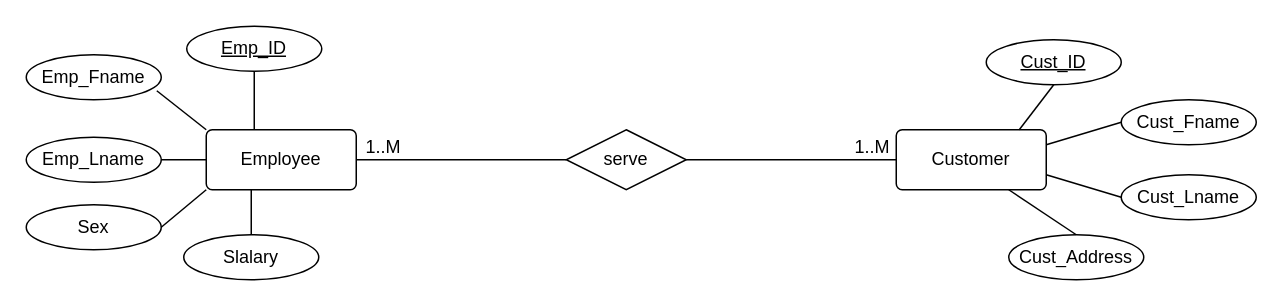
Above: Untitled Diagram.drawio in fasil712/UML_Diagram_Design (draw.io), before the change. Source tidied: cells renumbered, new cells numbered last; positions are measured from the earlier drawing's top-left corner, leaving out a move shared by most shapes. Both pictures are drawn from the tidied source at 150%, with x=0, y=0 at pixel (26, 26).
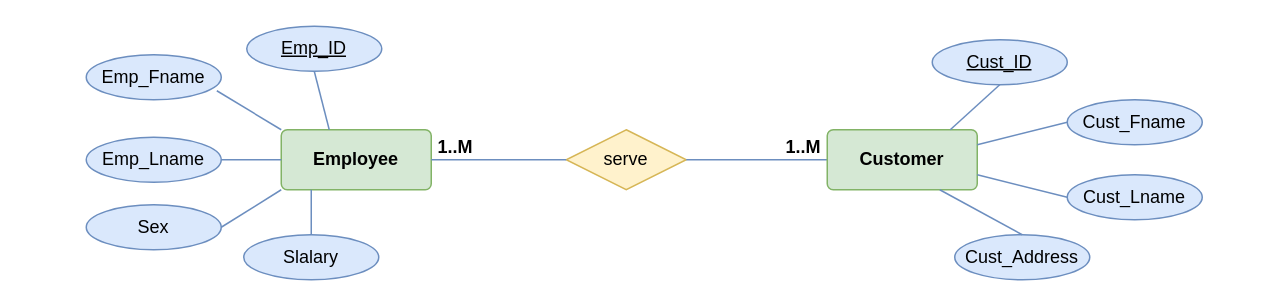
The same page after the edit.

Change to the diagram source:
```diff
@@
-    <mxCell id="2" value="Employee" style="rounded=1;arcSize=10;whiteSpace=wrap;html=1;align=center;" parent="1" vertex="1">
-      <mxGeometry x="120" y="69" width="100" height="40" as="geometry" />
+    <mxCell id="2" value="&lt;b&gt;Employee&lt;/b&gt;" style="rounded=1;arcSize=10;whiteSpace=wrap;html=1;align=center;fillColor=#d5e8d4;strokeColor=#82b366;" parent="1" vertex="1">
+      <mxGeometry x="170" y="69" width="100" height="40" as="geometry" />
     </mxCell>
-    <mxCell id="3" value="Slalary" style="ellipse;whiteSpace=wrap;html=1;rounded=1;arcSize=10;" parent="1" vertex="1">
-      <mxGeometry x="105" y="139" width="90" height="30" as="geometry" />
+    <mxCell id="3" value="Slalary" style="ellipse;whiteSpace=wrap;html=1;rounded=1;arcSize=10;fillColor=#dae8fc;strokeColor=#6c8ebf;" parent="1" vertex="1">
+      <mxGeometry x="145" y="139" width="90" height="30" as="geometry" />
     </mxCell>
-    <mxCell id="4" value="serve" style="shape=rhombus;perimeter=rhombusPerimeter;whiteSpace=wrap;html=1;align=center;" parent="1" vertex="1">
+    <mxCell id="4" value="serve" style="shape=rhombus;perimeter=rhombusPerimeter;whiteSpace=wrap;html=1;align=center;fillColor=#fff2cc;strokeColor=#d6b656;" parent="1" vertex="1">
       <mxGeometry x="360" y="69" width="80" height="40" as="geometry" />
     </mxCell>
-    <mxCell id="5" style="endArrow=none;html=1;rounded=0;exitX=1;exitY=0.5;exitDx=0;exitDy=0;entryX=0;entryY=0.5;entryDx=0;entryDy=0;" parent="1" edge="1" source="4" target="7">
+    <mxCell id="5" style="endArrow=none;html=1;rounded=0;exitX=1;exitY=0.5;exitDx=0;exitDy=0;entryX=0;entryY=0.5;entryDx=0;entryDy=0;fillColor=#dae8fc;strokeColor=#6c8ebf;" parent="1" edge="1" source="4" target="7">
       <mxGeometry relative="1" as="geometry" />
     </mxCell>
-    <mxCell id="6" value="1..M" style="html=1;align=right;verticalAlign=bottom;" parent="5" vertex="1">
+    <mxCell id="6" value="&lt;b&gt;1..M&lt;/b&gt;" style="html=1;align=right;verticalAlign=bottom;" parent="5" vertex="1">
       <mxGeometry x="1" relative="1" as="geometry">
         <mxPoint x="-4" as="offset" />
       </mxGeometry>
     </mxCell>
-    <mxCell id="7" value="Customer" style="rounded=1;arcSize=10;whiteSpace=wrap;html=1;align=center;" parent="1" vertex="1">
-      <mxGeometry x="580" y="69" width="100" height="40" as="geometry" />
+    <mxCell id="7" value="&lt;b&gt;Customer&lt;/b&gt;" style="rounded=1;arcSize=10;whiteSpace=wrap;html=1;align=center;fillColor=#d5e8d4;strokeColor=#82b366;" parent="1" vertex="1">
+      <mxGeometry x="534" y="69" width="100" height="40" as="geometry" />
     </mxCell>
-    <mxCell id="8" style="endArrow=none;html=1;rounded=0;exitX=1;exitY=0.5;exitDx=0;exitDy=0;entryX=0;entryY=0.5;entryDx=0;entryDy=0;" parent="1" edge="1" source="2" target="4">
+    <mxCell id="8" style="endArrow=none;html=1;rounded=0;exitX=1;exitY=0.5;exitDx=0;exitDy=0;entryX=0;entryY=0.5;entryDx=0;entryDy=0;fillColor=#dae8fc;strokeColor=#6c8ebf;" parent="1" edge="1" source="2" target="4">
       <mxGeometry relative="1" as="geometry" />
     </mxCell>
-    <mxCell id="9" value="1..M" style="html=1;align=right;verticalAlign=bottom;" parent="8" vertex="1">
+    <mxCell id="9" value="&lt;b&gt;1..M&lt;/b&gt;" style="html=1;align=right;verticalAlign=bottom;" parent="8" vertex="1">
       <mxGeometry x="1" relative="1" as="geometry">
-        <mxPoint x="-110" as="offset" />
+        <mxPoint x="-62" as="offset" />
       </mxGeometry>
     </mxCell>
-    <mxCell id="10" value="Sex" style="ellipse;whiteSpace=wrap;html=1;rounded=1;arcSize=10;" parent="1" vertex="1">
-      <mxGeometry y="119" width="90" height="30" as="geometry" />
+    <mxCell id="10" value="Sex" style="ellipse;whiteSpace=wrap;html=1;rounded=1;arcSize=10;fillColor=#dae8fc;strokeColor=#6c8ebf;" parent="1" vertex="1">
+      <mxGeometry x="40" y="119" width="90" height="30" as="geometry" />
     </mxCell>
-    <mxCell id="11" value="Emp_Lname" style="ellipse;whiteSpace=wrap;html=1;rounded=1;arcSize=10;" parent="1" vertex="1">
-      <mxGeometry y="74" width="90" height="30" as="geometry" />
+    <mxCell id="11" value="Emp_Lname" style="ellipse;whiteSpace=wrap;html=1;rounded=1;arcSize=10;fillColor=#dae8fc;strokeColor=#6c8ebf;" parent="1" vertex="1">
+      <mxGeometry x="40" y="74" width="90" height="30" as="geometry" />
     </mxCell>
-    <mxCell id="12" value="Emp_Fname" style="ellipse;whiteSpace=wrap;html=1;rounded=1;arcSize=10;" parent="1" vertex="1">
-      <mxGeometry y="19" width="90" height="30" as="geometry" />
+    <mxCell id="12" value="Emp_Fname" style="ellipse;whiteSpace=wrap;html=1;rounded=1;arcSize=10;fillColor=#dae8fc;strokeColor=#6c8ebf;" parent="1" vertex="1">
+      <mxGeometry x="40" y="19" width="90" height="30" as="geometry" />
     </mxCell>
-    <mxCell id="13" value="&lt;u&gt;Emp_ID&lt;/u&gt;" style="ellipse;whiteSpace=wrap;html=1;rounded=1;arcSize=10;" parent="1" vertex="1">
-      <mxGeometry x="107" width="90" height="30" as="geometry" />
+    <mxCell id="13" value="&lt;u&gt;Emp_ID&lt;/u&gt;" style="ellipse;whiteSpace=wrap;html=1;rounded=1;arcSize=10;fillColor=#dae8fc;strokeColor=#6c8ebf;" parent="1" vertex="1">
+      <mxGeometry x="147" width="90" height="30" as="geometry" />
     </mxCell>
-    <mxCell id="14" style="endArrow=none;html=1;rounded=0;exitX=0.5;exitY=0;exitDx=0;exitDy=0;" parent="1" edge="1" source="3">
+    <mxCell id="14" style="endArrow=none;html=1;rounded=0;exitX=0.5;exitY=0;exitDx=0;exitDy=0;fillColor=#dae8fc;strokeColor=#6c8ebf;" parent="1" edge="1" source="3">
       <mxGeometry relative="1" as="geometry">
-        <mxPoint x="150" y="109" as="targetPoint" />
+        <mxPoint x="190" y="109" as="targetPoint" />
       </mxGeometry>
     </mxCell>
-    <mxCell id="15" style="endArrow=none;html=1;rounded=0;exitX=1;exitY=0.5;exitDx=0;exitDy=0;entryX=0;entryY=1;entryDx=0;entryDy=0;" parent="1" edge="1" source="10" target="2">
+    <mxCell id="15" style="endArrow=none;html=1;rounded=0;exitX=1;exitY=0.5;exitDx=0;exitDy=0;entryX=0;entryY=1;entryDx=0;entryDy=0;fillColor=#dae8fc;strokeColor=#6c8ebf;" parent="1" edge="1" source="10" target="2">
       <mxGeometry relative="1" as="geometry" />
     </mxCell>
-    <mxCell id="16" style="endArrow=none;html=1;rounded=0;exitX=0.5;exitY=1;exitDx=0;exitDy=0;entryX=0.32;entryY=0;entryDx=0;entryDy=0;entryPerimeter=0;" parent="1" edge="1" source="13" target="2">
+    <mxCell id="16" style="endArrow=none;html=1;rounded=0;exitX=0.5;exitY=1;exitDx=0;exitDy=0;entryX=0.32;entryY=0;entryDx=0;entryDy=0;entryPerimeter=0;fillColor=#dae8fc;strokeColor=#6c8ebf;" parent="1" edge="1" source="13" target="2">
       <mxGeometry relative="1" as="geometry" />
     </mxCell>
-    <mxCell id="17" style="endArrow=none;html=1;rounded=0;exitX=0.967;exitY=0.8;exitDx=0;exitDy=0;entryX=0;entryY=0;entryDx=0;entryDy=0;exitPerimeter=0;" parent="1" edge="1" source="12" target="2">
+    <mxCell id="17" style="endArrow=none;html=1;rounded=0;exitX=0.967;exitY=0.8;exitDx=0;exitDy=0;entryX=0;entryY=0;entryDx=0;entryDy=0;exitPerimeter=0;fillColor=#dae8fc;strokeColor=#6c8ebf;" parent="1" edge="1" source="12" target="2">
       <mxGeometry relative="1" as="geometry" />
     </mxCell>
-    <mxCell id="18" style="endArrow=none;html=1;rounded=0;exitX=1;exitY=0.5;exitDx=0;exitDy=0;entryX=0;entryY=0.5;entryDx=0;entryDy=0;" parent="1" edge="1" source="11" target="2">
+    <mxCell id="18" style="endArrow=none;html=1;rounded=0;exitX=1;exitY=0.5;exitDx=0;exitDy=0;entryX=0;entryY=0.5;entryDx=0;entryDy=0;fillColor=#dae8fc;strokeColor=#6c8ebf;" parent="1" edge="1" source="11" target="2">
       <mxGeometry relative="1" as="geometry" />
     </mxCell>
-    <mxCell id="19" value="Cust_Address" style="ellipse;whiteSpace=wrap;html=1;rounded=1;arcSize=10;" parent="1" vertex="1">
-      <mxGeometry x="655" y="139" width="90" height="30" as="geometry" />
+    <mxCell id="19" value="Cust_Address" style="ellipse;whiteSpace=wrap;html=1;rounded=1;arcSize=10;fillColor=#dae8fc;strokeColor=#6c8ebf;" parent="1" vertex="1">
+      <mxGeometry x="619" y="139" width="90" height="30" as="geometry" />
     </mxCell>
-    <mxCell id="20" value="Cust_Lname" style="ellipse;whiteSpace=wrap;html=1;rounded=1;arcSize=10;" parent="1" vertex="1">
-      <mxGeometry x="730" y="99" width="90" height="30" as="geometry" />
+    <mxCell id="20" value="Cust_Lname" style="ellipse;whiteSpace=wrap;html=1;rounded=1;arcSize=10;fillColor=#dae8fc;strokeColor=#6c8ebf;" parent="1" vertex="1">
+      <mxGeometry x="694" y="99" width="90" height="30" as="geometry" />
     </mxCell>
-    <mxCell id="21" value="&lt;u&gt;Cust_ID&lt;/u&gt;" style="ellipse;whiteSpace=wrap;html=1;rounded=1;arcSize=10;" parent="1" vertex="1">
-      <mxGeometry x="640" y="9" width="90" height="30" as="geometry" />
+    <mxCell id="21" value="&lt;u&gt;Cust_ID&lt;/u&gt;" style="ellipse;whiteSpace=wrap;html=1;rounded=1;arcSize=10;fillColor=#dae8fc;strokeColor=#6c8ebf;" parent="1" vertex="1">
+      <mxGeometry x="604" y="9" width="90" height="30" as="geometry" />
     </mxCell>
-    <mxCell id="22" value="Cust_Fname" style="ellipse;whiteSpace=wrap;html=1;rounded=1;arcSize=10;" parent="1" vertex="1">
-      <mxGeometry x="730" y="49" width="90" height="30" as="geometry" />
+    <mxCell id="22" value="Cust_Fname" style="ellipse;whiteSpace=wrap;html=1;rounded=1;arcSize=10;fillColor=#dae8fc;strokeColor=#6c8ebf;" parent="1" vertex="1">
+      <mxGeometry x="694" y="49" width="90" height="30" as="geometry" />
     </mxCell>
-    <mxCell id="23" style="endArrow=none;html=1;rounded=0;exitX=0.5;exitY=0;exitDx=0;exitDy=0;entryX=0.75;entryY=1;entryDx=0;entryDy=0;" parent="1" edge="1" source="19" target="7">
+    <mxCell id="23" style="endArrow=none;html=1;rounded=0;exitX=0.5;exitY=0;exitDx=0;exitDy=0;entryX=0.75;entryY=1;entryDx=0;entryDy=0;fillColor=#dae8fc;strokeColor=#6c8ebf;" parent="1" edge="1" source="19" target="7">
       <mxGeometry relative="1" as="geometry" />
     </mxCell>
-    <mxCell id="24" style="endArrow=none;html=1;rounded=0;exitX=0;exitY=0.5;exitDx=0;exitDy=0;entryX=1;entryY=0.25;entryDx=0;entryDy=0;" parent="1" edge="1" source="22" target="7">
+    <mxCell id="24" style="endArrow=none;html=1;rounded=0;exitX=0;exitY=0.5;exitDx=0;exitDy=0;entryX=1;entryY=0.25;entryDx=0;entryDy=0;fillColor=#dae8fc;strokeColor=#6c8ebf;" parent="1" edge="1" source="22" target="7">
       <mxGeometry relative="1" as="geometry" />
     </mxCell>
-    <mxCell id="25" style="endArrow=none;html=1;rounded=0;exitX=0.5;exitY=1;exitDx=0;exitDy=0;entryX=0.82;entryY=0;entryDx=0;entryDy=0;entryPerimeter=0;" parent="1" edge="1" source="21" target="7">
+    <mxCell id="25" style="endArrow=none;html=1;rounded=0;exitX=0.5;exitY=1;exitDx=0;exitDy=0;entryX=0.82;entryY=0;entryDx=0;entryDy=0;entryPerimeter=0;fillColor=#dae8fc;strokeColor=#6c8ebf;" parent="1" edge="1" source="21" target="7">
       <mxGeometry relative="1" as="geometry" />
     </mxCell>
-    <mxCell id="26" style="endArrow=none;html=1;rounded=0;exitX=0;exitY=0.5;exitDx=0;exitDy=0;entryX=1;entryY=0.75;entryDx=0;entryDy=0;" parent="1" edge="1" source="20" target="7">
+    <mxCell id="26" style="endArrow=none;html=1;rounded=0;exitX=0;exitY=0.5;exitDx=0;exitDy=0;entryX=1;entryY=0.75;entryDx=0;entryDy=0;fillColor=#dae8fc;strokeColor=#6c8ebf;" parent="1" edge="1" source="20" target="7">
       <mxGeometry relative="1" as="geometry" />
     </mxCell>
```
